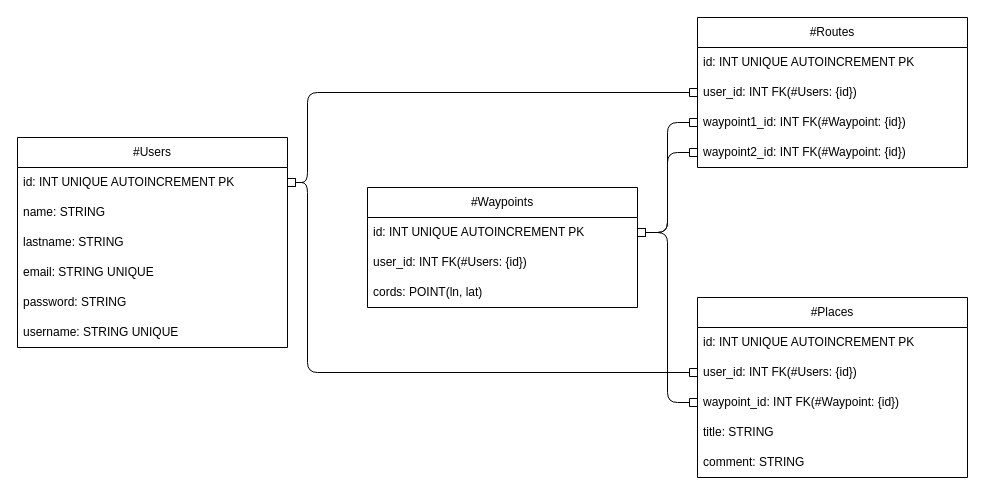
Above: diagrams/classDiagram.drawio in alexisg24/travelmap-app (draw.io), before the change. Source tidied: cells renumbered, new cells numbered last; positions are measured from the earlier drawing's top-left corner, leaving out a move shared by most shapes. Both pictures are drawn from the tidied source at 100%, with x=0, y=0 at pixel (17, 17).
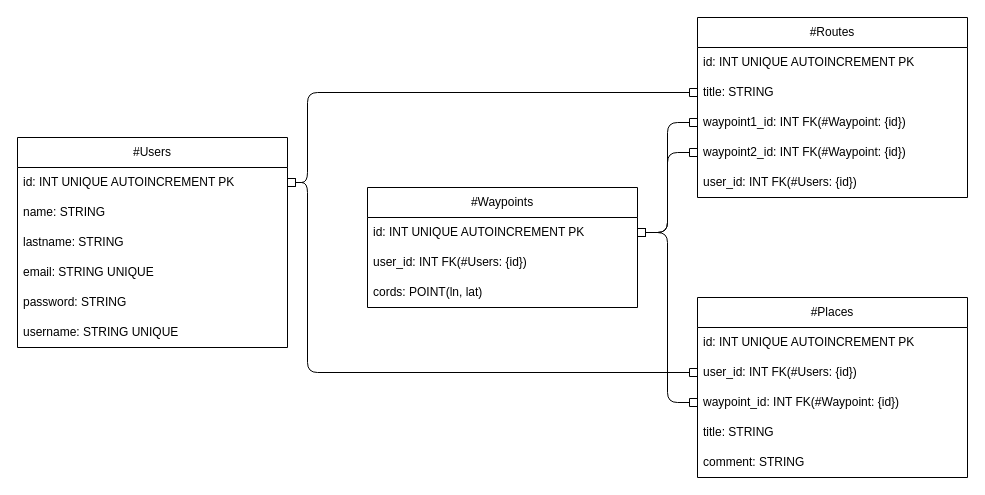
The same page after the edit.

Diff of the diagram source:
```diff
@@
     <mxCell id="13" value="#Routes" style="swimlane;fontStyle=0;horizontal=1;startSize=30;whiteSpace=wrap;html=1;" parent="1" vertex="1">
-      <mxGeometry x="680" width="270" height="150" as="geometry" />
+      <mxGeometry x="680" width="270" height="180" as="geometry" />
     </mxCell>
@@
-    <mxCell id="15" value="user_id: INT FK(#Users: {id})" style="text;strokeColor=none;fillColor=none;align=left;verticalAlign=middle;spacingLeft=4;spacingRight=4;overflow=hidden;points=[[0,0.5],[1,0.5]];portConstraint=eastwest;whiteSpace=wrap;html=1;" parent="13" vertex="1">
+    <mxCell id="15" value="title: STRING" style="text;strokeColor=none;fillColor=none;align=left;verticalAlign=middle;spacingLeft=4;spacingRight=4;overflow=hidden;points=[[0,0.5],[1,0.5]];portConstraint=eastwest;whiteSpace=wrap;html=1;" parent="13" vertex="1">
       <mxGeometry y="60" width="270" height="30" as="geometry" />
     </mxCell>
@@
+    <mxCell id="29" value="user_id: INT FK(#Users: {id})" style="text;strokeColor=none;fillColor=none;align=left;verticalAlign=middle;spacingLeft=4;spacingRight=4;overflow=hidden;whiteSpace=wrap;html=1;" parent="13" vertex="1">
+      <mxGeometry y="150" width="270" height="30" as="geometry" />
+    </mxCell>
```
